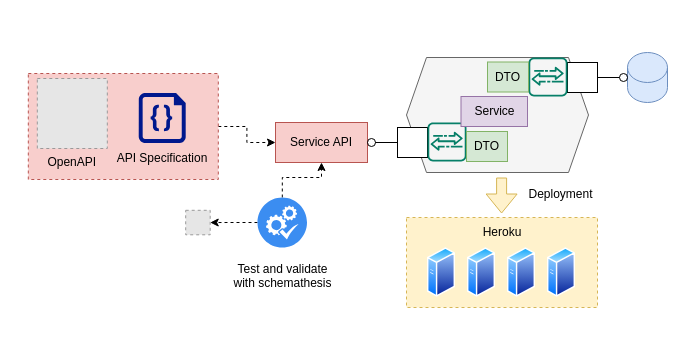
abunuwas/conferences-images keeps this draw.io diagram as build_api_python_workshop.drawio. Above is the earlier version. Source tidied: cells renumbered, new cells numbered last; positions are measured from the earlier drawing's top-left corner, leaving out a move shared by most shapes. Both pictures are drawn from the tidied source at 100%, with x=0, y=0 at pixel (28, 52). Pictures stored in the file or linked from it are replaced by grey dashed boxes.
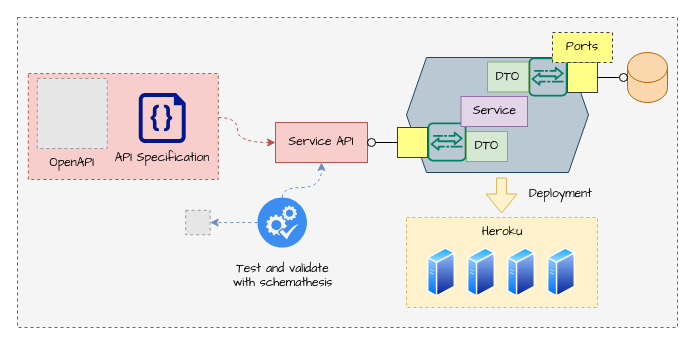
Above is the later version.

Diff of the diagram source:
```diff
@@
+    <mxCell id="34" style="rounded=0;whiteSpace=wrap;html=1;dashed=1;fontFamily=Comic Sans MS;strokeColor=#666666;fillColor=#f5f5f5;fontColor=#333333;" parent="1" vertex="1">
+      <mxGeometry x="-11" y="-35" width="660" height="310" as="geometry" />
+    </mxCell>
-    <mxCell id="2" style="rounded=0;whiteSpace=wrap;html=1;dashed=1;fillColor=#fff2cc;strokeColor=#d6b656;" parent="1" vertex="1">
+    <mxCell id="2" style="rounded=0;whiteSpace=wrap;html=1;dashed=1;fillColor=#fff2cc;strokeColor=#d6b656;fontFamily=Comic Sans MS;" parent="1" vertex="1">
       <mxGeometry x="378" y="165" width="191" height="90" as="geometry" />
     </mxCell>
-    <mxCell id="3" style="edgeStyle=orthogonalEdgeStyle;rounded=0;jettySize=auto;html=1;entryX=0;entryY=0.5;entryDx=0;entryDy=0;dashed=1;" parent="1" edge="1" source="4" target="20">
-      <mxGeometry relative="1" as="geometry" />
+    <mxCell id="3" style="edgeStyle=orthogonalEdgeStyle;rounded=0;jettySize=auto;html=1;entryX=0;entryY=0.5;entryDx=0;entryDy=0;dashed=1;fillColor=#f8cecc;strokeColor=#b85450;curved=1;fontFamily=Comic Sans MS;" parent="1" edge="1" source="4" target="20">
+      <mxGeometry relative="1" as="geometry">
+        <Array as="points">
+          <mxPoint x="209" y="65" />
+          <mxPoint x="209" y="90" />
+        </Array>
+      </mxGeometry>
     </mxCell>
-    <mxCell id="4" style="rounded=0;whiteSpace=wrap;html=1;dashed=1;fillColor=#f8cecc;strokeColor=#b85450;" parent="1" vertex="1">
+    <mxCell id="4" style="rounded=0;whiteSpace=wrap;html=1;dashed=1;fillColor=#f8cecc;strokeColor=#b85450;fontFamily=Comic Sans MS;" parent="1" vertex="1">
       <mxGeometry x="-0.2" y="21" width="190" height="106" as="geometry" />
     </mxCell>
-    <mxCell id="5" value="OpenAPI" style="fillColor=#E6E6E6;strokeColor=#999999;dashed=1;verticalLabelPosition=bottom;verticalAlign=top;" parent="1" vertex="1">
+    <mxCell id="5" value="OpenAPI" style="fillColor=#E6E6E6;strokeColor=#999999;dashed=1;verticalLabelPosition=bottom;verticalAlign=top;fontFamily=Comic Sans MS;" parent="1" vertex="1">
       <mxGeometry x="8.8" y="26" width="70" height="70" as="geometry" />
     </mxCell>
-    <mxCell id="6" value="API Specification" style="text;html=1;strokeColor=none;fillColor=none;align=center;verticalAlign=middle;whiteSpace=wrap;rounded=0;" parent="1" vertex="1">
+    <mxCell id="6" value="API Specification" style="text;html=1;strokeColor=none;fillColor=none;align=center;verticalAlign=middle;whiteSpace=wrap;rounded=0;fontFamily=Comic Sans MS;" parent="1" vertex="1">
       <mxGeometry x="78.8" y="90.5" width="110" height="30" as="geometry" />
     </mxCell>
-    <mxCell id="7" style="sketch=0;shadow=0;dashed=0;html=1;strokeColor=none;labelPosition=center;verticalLabelPosition=bottom;verticalAlign=top;align=center;fillColor=#00188D;shape=mxgraph.azure.code_file;" parent="1" vertex="1">
+    <mxCell id="7" style="sketch=0;shadow=0;dashed=0;html=1;strokeColor=none;labelPosition=center;verticalLabelPosition=bottom;verticalAlign=top;align=center;fillColor=#00188D;shape=mxgraph.azure.code_file;fontFamily=Comic Sans MS;" parent="1" vertex="1">
       <mxGeometry x="110.2" y="40.5" width="47" height="50" as="geometry" />
     </mxCell>
-    <mxCell id="8" style="edgeStyle=orthogonalEdgeStyle;rounded=0;jettySize=auto;html=1;dashed=1;" parent="1" edge="1" source="10" target="20">
-      <mxGeometry relative="1" as="geometry" />
+    <mxCell id="8" style="edgeStyle=orthogonalEdgeStyle;rounded=0;jettySize=auto;html=1;dashed=1;fillColor=#dae8fc;strokeColor=#6c8ebf;curved=1;fontFamily=Comic Sans MS;" parent="1" edge="1" source="10" target="20">
+      <mxGeometry relative="1" as="geometry">
+        <Array as="points">
+          <mxPoint x="254" y="135" />
+          <mxPoint x="293" y="135" />
+        </Array>
+      </mxGeometry>
     </mxCell>
-    <mxCell id="9" style="edgeStyle=orthogonalEdgeStyle;rounded=0;jettySize=auto;html=1;entryX=1;entryY=0.5;entryDx=0;entryDy=0;dashed=1;" parent="1" edge="1" source="10" target="33">
+    <mxCell id="9" style="edgeStyle=orthogonalEdgeStyle;rounded=0;jettySize=auto;html=1;entryX=1;entryY=0.5;entryDx=0;entryDy=0;dashed=1;fillColor=#dae8fc;strokeColor=#6c8ebf;curved=1;fontFamily=Comic Sans MS;" parent="1" edge="1" source="10" target="33">
       <mxGeometry relative="1" as="geometry" />
     </mxCell>
-    <mxCell id="10" value="&lt;br&gt;&lt;br&gt;&lt;br&gt;&lt;br&gt;Test and validate &lt;br&gt;with schemathesis" style="sketch=0;html=1;strokeColor=none;shadow=0;align=center;verticalAlign=top;fillColor=#3B8DF1;shape=mxgraph.gcp2.systems_check;" parent="1" vertex="1">
+    <mxCell id="10" value="&lt;br&gt;&lt;br&gt;&lt;br&gt;&lt;br&gt;Test and validate &lt;br&gt;with schemathesis" style="sketch=0;html=1;strokeColor=none;shadow=0;align=center;verticalAlign=top;fillColor=#3B8DF1;shape=mxgraph.gcp2.systems_check;fontFamily=Comic Sans MS;" parent="1" vertex="1">
       <mxGeometry x="229" y="145" width="49.5" height="50" as="geometry" />
     </mxCell>
-    <mxCell id="11" style="perimeter=ellipsePerimeter;html=1;align=center;shadow=0;dashed=0;spacingTop=3;image;image=img/lib/active_directory/generic_server.svg;" parent="1" vertex="1">
+    <mxCell id="11" style="perimeter=ellipsePerimeter;html=1;align=center;shadow=0;dashed=0;spacingTop=3;image;image=img/lib/active_directory/generic_server.svg;fontFamily=Comic Sans MS;" parent="1" vertex="1">
       <mxGeometry x="399" y="195" width="28" height="50" as="geometry" />
     </mxCell>
-    <mxCell id="12" style="perimeter=ellipsePerimeter;html=1;align=center;shadow=0;dashed=0;spacingTop=3;image;image=img/lib/active_directory/generic_server.svg;" parent="1" vertex="1">
+    <mxCell id="12" style="perimeter=ellipsePerimeter;html=1;align=center;shadow=0;dashed=0;spacingTop=3;image;image=img/lib/active_directory/generic_server.svg;fontFamily=Comic Sans MS;" parent="1" vertex="1">
       <mxGeometry x="439" y="195" width="28" height="50" as="geometry" />
     </mxCell>
-    <mxCell id="13" style="perimeter=ellipsePerimeter;html=1;align=center;shadow=0;dashed=0;spacingTop=3;image;image=img/lib/active_directory/generic_server.svg;" parent="1" vertex="1">
+    <mxCell id="13" style="perimeter=ellipsePerimeter;html=1;align=center;shadow=0;dashed=0;spacingTop=3;image;image=img/lib/active_directory/generic_server.svg;fontFamily=Comic Sans MS;" parent="1" vertex="1">
       <mxGeometry x="479" y="195" width="28" height="50" as="geometry" />
     </mxCell>
-    <mxCell id="14" style="perimeter=ellipsePerimeter;html=1;align=center;shadow=0;dashed=0;spacingTop=3;image;image=img/lib/active_directory/generic_server.svg;" parent="1" vertex="1">
+    <mxCell id="14" style="perimeter=ellipsePerimeter;html=1;align=center;shadow=0;dashed=0;spacingTop=3;image;image=img/lib/active_directory/generic_server.svg;fontFamily=Comic Sans MS;" parent="1" vertex="1">
       <mxGeometry x="519" y="195" width="28" height="50" as="geometry" />
     </mxCell>
-    <mxCell id="15" style="shape=hexagon;perimeter=hexagonPerimeter2;whiteSpace=wrap;html=1;fixedSize=1;fillColor=#f5f5f5;fontColor=#333333;strokeColor=#666666;" parent="1" vertex="1">
+    <mxCell id="15" style="shape=hexagon;perimeter=hexagonPerimeter2;whiteSpace=wrap;html=1;fixedSize=1;fillColor=#bac8d3;strokeColor=#23445d;fontFamily=Comic Sans MS;" parent="1" vertex="1">
       <mxGeometry x="378" y="5" width="182" height="115" as="geometry" />
     </mxCell>
-    <mxCell id="16" style="shape=cylinder3;whiteSpace=wrap;html=1;boundedLbl=1;backgroundOutline=1;size=15;fillColor=#dae8fc;strokeColor=#6c8ebf;" parent="1" vertex="1">
+    <mxCell id="16" style="shape=cylinder3;whiteSpace=wrap;html=1;boundedLbl=1;backgroundOutline=1;size=15;fillColor=#fad7ac;strokeColor=#b46504;fontFamily=Comic Sans MS;" parent="1" vertex="1">
       <mxGeometry x="599" width="40" height="50" as="geometry" />
     </mxCell>
-    <mxCell id="17" style="html=1;rounded=0;" parent="1" vertex="1">
+    <mxCell id="17" style="html=1;rounded=0;fontFamily=Comic Sans MS;fillColor=#ffff88;strokeColor=#36393d;" parent="1" vertex="1">
       <mxGeometry x="539" y="10" width="30" height="30" as="geometry" />
     </mxCell>
-    <mxCell id="18" style="endArrow=none;html=1;rounded=0;align=center;verticalAlign=top;endFill=0;labelBackgroundColor=none;endSize=2;" parent="1" edge="1" source="17" target="19">
+    <mxCell id="18" style="endArrow=none;html=1;rounded=0;align=center;verticalAlign=top;endFill=0;labelBackgroundColor=none;endSize=2;fontFamily=Comic Sans MS;" parent="1" edge="1" source="17" target="19">
       <mxGeometry relative="1" as="geometry" />
     </mxCell>
-    <mxCell id="19" style="ellipse;html=1;fontSize=11;align=center;fillColor=none;points=[];verticalAlign=bottom;labelPosition=center;verticalLabelPosition=top;flipH=1;" parent="1" vertex="1">
+    <mxCell id="19" style="ellipse;html=1;fontSize=11;align=center;fillColor=none;points=[];verticalAlign=bottom;labelPosition=center;verticalLabelPosition=top;flipH=1;fontFamily=Comic Sans MS;" parent="1" vertex="1">
       <mxGeometry x="591" y="21" width="8" height="8" as="geometry" />
     </mxCell>
-    <mxCell id="20" value="Service API" style="rounded=0;whiteSpace=wrap;html=1;fillColor=#f8cecc;strokeColor=#b85450;" parent="1" vertex="1">
+    <mxCell id="20" value="Service API" style="rounded=0;whiteSpace=wrap;html=1;fillColor=#f8cecc;strokeColor=#b85450;fontFamily=Comic Sans MS;" parent="1" vertex="1">
       <mxGeometry x="247" y="70" width="92" height="40" as="geometry" />
     </mxCell>
-    <mxCell id="21" style="html=1;rounded=0;" parent="1" vertex="1">
+    <mxCell id="21" style="html=1;rounded=0;fontFamily=Comic Sans MS;fillColor=#ffff88;strokeColor=#36393d;" parent="1" vertex="1">
       <mxGeometry x="369" y="75" width="30" height="30" as="geometry" />
     </mxCell>
-    <mxCell id="22" style="endArrow=none;html=1;rounded=0;align=center;verticalAlign=top;endFill=0;labelBackgroundColor=none;endSize=2;startArrow=none;" parent="1" edge="1" source="23">
+    <mxCell id="22" style="endArrow=none;html=1;rounded=0;align=center;verticalAlign=top;endFill=0;labelBackgroundColor=none;endSize=2;startArrow=none;fontFamily=Comic Sans MS;" parent="1" edge="1" source="23">
       <mxGeometry relative="1" as="geometry">
         <mxPoint x="349" y="90" as="targetPoint" />
       </mxGeometry>
     </mxCell>
-    <mxCell id="23" style="ellipse;html=1;fontSize=11;align=center;fillColor=none;points=[];verticalAlign=bottom;labelPosition=center;verticalLabelPosition=top;flipH=1;" parent="1" vertex="1">
+    <mxCell id="23" style="ellipse;html=1;fontSize=11;align=center;fillColor=none;points=[];verticalAlign=bottom;labelPosition=center;verticalLabelPosition=top;flipH=1;fontFamily=Comic Sans MS;" parent="1" vertex="1">
       <mxGeometry x="339" y="86" width="8" height="8" as="geometry" />
     </mxCell>
-    <mxCell id="24" style="endArrow=none;html=1;rounded=0;align=center;verticalAlign=top;endFill=0;labelBackgroundColor=none;endSize=2;" parent="1" edge="1" source="21" target="23">
+    <mxCell id="24" style="endArrow=none;html=1;rounded=0;align=center;verticalAlign=top;endFill=0;labelBackgroundColor=none;endSize=2;fontFamily=Comic Sans MS;" parent="1" edge="1" source="21" target="23">
       <mxGeometry relative="1" as="geometry" />
     </mxCell>
-    <mxCell id="25" style="sketch=0;fontColor=#232F3E;gradientColor=none;fillColor=#067F68;strokeColor=none;dashed=0;verticalLabelPosition=bottom;verticalAlign=top;align=center;html=1;fontSize=12;fontStyle=0;shape=mxgraph.aws4.agent2;" parent="1" vertex="1">
+    <mxCell id="25" style="sketch=0;fontColor=#232F3E;gradientColor=none;fillColor=#067F68;strokeColor=none;dashed=0;verticalLabelPosition=bottom;verticalAlign=top;align=center;html=1;fontSize=12;fontStyle=0;shape=mxgraph.aws4.agent2;fontFamily=Comic Sans MS;" parent="1" vertex="1">
       <mxGeometry x="399" y="70" width="39" height="39" as="geometry" />
     </mxCell>
-    <mxCell id="26" style="sketch=0;fontColor=#232F3E;gradientColor=none;fillColor=#067F68;strokeColor=none;dashed=0;verticalLabelPosition=bottom;verticalAlign=top;align=center;html=1;fontSize=12;fontStyle=0;shape=mxgraph.aws4.agent2;" parent="1" vertex="1">
+    <mxCell id="26" style="sketch=0;fontColor=#232F3E;gradientColor=none;fillColor=#067F68;strokeColor=none;dashed=0;verticalLabelPosition=bottom;verticalAlign=top;align=center;html=1;fontSize=12;fontStyle=0;shape=mxgraph.aws4.agent2;fontFamily=Comic Sans MS;" parent="1" vertex="1">
       <mxGeometry x="500" y="5" width="39" height="39" as="geometry" />
     </mxCell>
-    <mxCell id="27" value="DTO" style="text;html=1;strokeColor=#82b366;fillColor=#d5e8d4;align=center;verticalAlign=middle;whiteSpace=wrap;rounded=0;" parent="1" vertex="1">
+    <mxCell id="27" value="DTO" style="text;html=1;strokeColor=#82b366;fillColor=#d5e8d4;align=center;verticalAlign=middle;whiteSpace=wrap;rounded=0;fontFamily=Comic Sans MS;" parent="1" vertex="1">
       <mxGeometry x="438" y="79" width="41" height="30" as="geometry" />
     </mxCell>
-    <mxCell id="28" value="DTO" style="text;html=1;strokeColor=#82b366;fillColor=#d5e8d4;align=center;verticalAlign=middle;whiteSpace=wrap;rounded=0;" parent="1" vertex="1">
+    <mxCell id="28" value="DTO" style="text;html=1;strokeColor=#82b366;fillColor=#d5e8d4;align=center;verticalAlign=middle;whiteSpace=wrap;rounded=0;fontFamily=Comic Sans MS;" parent="1" vertex="1">
       <mxGeometry x="459" y="9.5" width="41" height="30" as="geometry" />
     </mxCell>
-    <mxCell id="29" value="Service" style="text;html=1;strokeColor=#9673a6;fillColor=#e1d5e7;align=center;verticalAlign=middle;whiteSpace=wrap;rounded=0;" parent="1" vertex="1">
+    <mxCell id="29" value="Service" style="text;html=1;strokeColor=#9673a6;fillColor=#e1d5e7;align=center;verticalAlign=middle;whiteSpace=wrap;rounded=0;fontFamily=Comic Sans MS;" parent="1" vertex="1">
       <mxGeometry x="432.5" y="44" width="66.5" height="30" as="geometry" />
     </mxCell>
-    <mxCell id="30" value="Heroku" style="text;html=1;strokeColor=none;fillColor=none;align=center;verticalAlign=middle;whiteSpace=wrap;rounded=0;" parent="1" vertex="1">
+    <mxCell id="30" value="Heroku" style="text;html=1;strokeColor=none;fillColor=none;align=center;verticalAlign=middle;whiteSpace=wrap;rounded=0;fontFamily=Comic Sans MS;" parent="1" vertex="1">
       <mxGeometry x="419" y="165" width="110" height="30" as="geometry" />
     </mxCell>
-    <mxCell id="31" style="shape=flexArrow;endArrow=classic;html=1;rounded=0;fillColor=#fff2cc;strokeColor=#d6b656;" parent="1" edge="1">
+    <mxCell id="31" style="shape=flexArrow;endArrow=classic;html=1;rounded=0;fillColor=#fff2cc;strokeColor=#d6b656;fontFamily=Comic Sans MS;" parent="1" edge="1">
       <mxGeometry relative="1" as="geometry">
         <mxPoint x="473.1" y="125" as="sourcePoint" />
         <mxPoint x="473.1" y="161" as="targetPoint" />
       </mxGeometry>
     </mxCell>
-    <mxCell id="32" value="Deployment" style="text;html=1;strokeColor=none;fillColor=none;align=center;verticalAlign=middle;whiteSpace=wrap;rounded=0;" parent="1" vertex="1">
+    <mxCell id="32" value="Deployment" style="text;html=1;strokeColor=none;fillColor=none;align=center;verticalAlign=middle;whiteSpace=wrap;rounded=0;fontFamily=Comic Sans MS;" parent="1" vertex="1">
       <mxGeometry x="499" y="127" width="66.5" height="30" as="geometry" />
     </mxCell>
-    <mxCell id="33" style="fillColor=#E6E6E6;strokeColor=#999999;dashed=1;html=1;verticalAlign=top;verticalLabelPosition=bottom;labelBackgroundColor=#ffffff;" parent="1" vertex="1">
+    <mxCell id="33" style="fillColor=#E6E6E6;strokeColor=#999999;dashed=1;html=1;verticalAlign=top;verticalLabelPosition=bottom;labelBackgroundColor=#ffffff;fontFamily=Comic Sans MS;" parent="1" vertex="1">
       <mxGeometry x="157.2" y="157.8" width="24.5" height="24.5" as="geometry" />
     </mxCell>
+    <mxCell id="35" value="Ports" style="text;html=1;strokeColor=#36393d;fillColor=#ffff88;align=center;verticalAlign=middle;whiteSpace=wrap;rounded=0;dashed=1;fontFamily=Comic Sans MS;" parent="1" vertex="1">
+      <mxGeometry x="524" y="-20" width="60" height="30" as="geometry" />
+    </mxCell>
```
